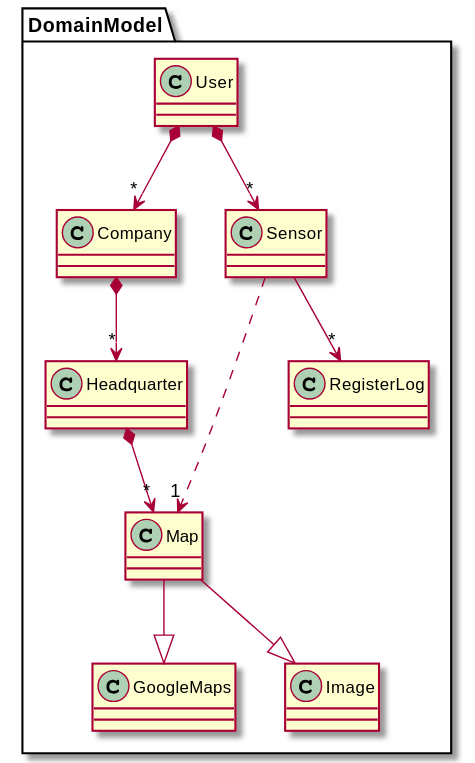
jumpering/pestmonitors keeps this PlantUML diagram as docs/src/domainModel/domainModel.svg. Above is the earlier version.
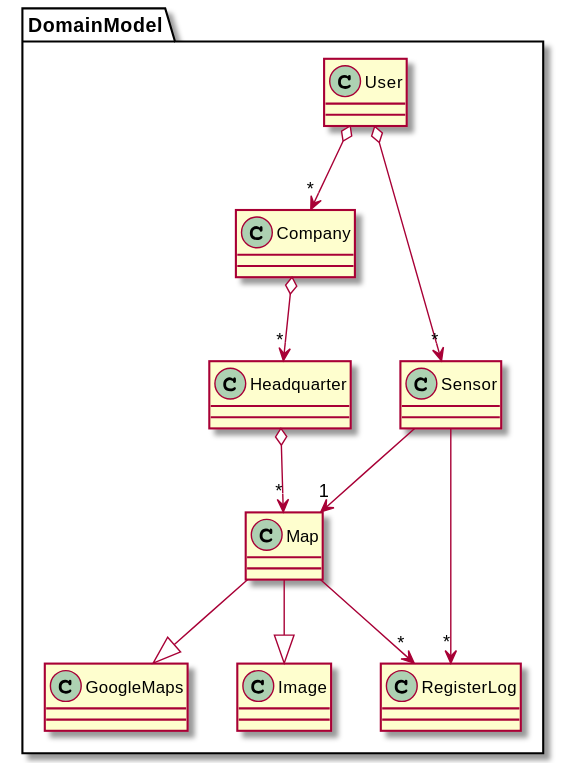
The same diagram one commit later.

What changed in the source:
```diff
@@ -9,14 +9,15 @@
 class Sensor
 class RegisterLog
 
-User  *--> "*" Sensor
-User *--> "*" Company
-Company *--> "*" Headquarter
-Headquarter *--> "*" Map
+User  o--> "*" Sensor
+User o--> "*" Company
+Company o--> "*" Headquarter
+Headquarter o--> "*" Map
 Map -down-|> GoogleMaps
 Map -down-|> Image
 
-Sensor ..> "1" Map
+Sensor --> "1" Map
 Sensor --> "*" RegisterLog
+Map --> "*" RegisterLog
 }
 @enduml
```
